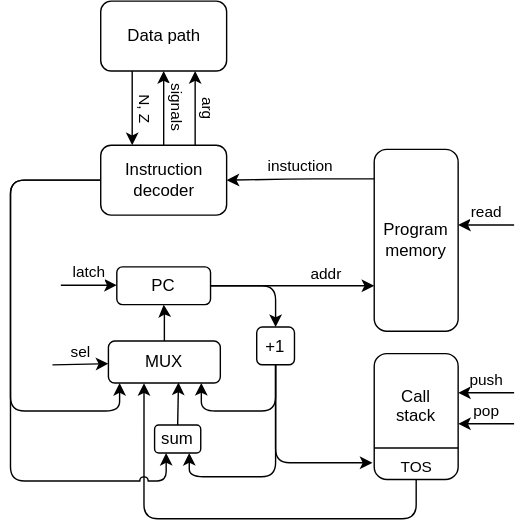
The draw.io diagram img/control_unit.svg in Kliodt/csa_lab, before a commit. Source tidied: cells renumbered, new cells last; positions are measured from the earlier drawing's top-left corner, leaving out a move shared by most shapes.
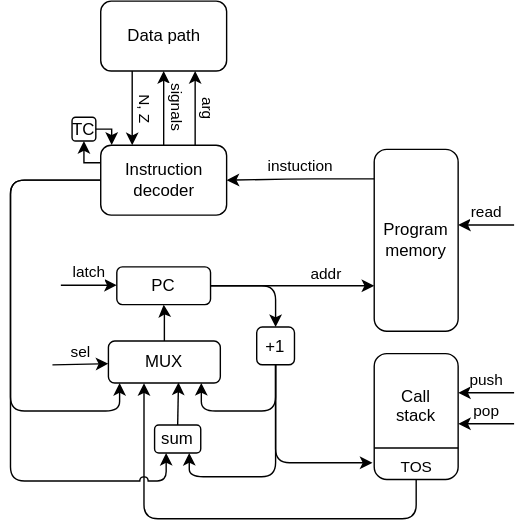
The same diagram one commit later.

What changed in the source:
```diff
@@ -78,6 +78,9 @@
         </Array>
       </mxGeometry>
     </mxCell>
+    <mxCell id="30" style="edgeStyle=orthogonalEdgeStyle;rounded=0;jettySize=auto;html=1;exitX=0;exitY=0.25;exitDx=0;exitDy=0;entryX=0.5;entryY=1;entryDx=0;entryDy=0;" parent="1" edge="1" source="21" target="31">
+      <mxGeometry relative="1" as="geometry" />
+    </mxCell>
     <mxCell id="21" value="Instruction&lt;div&gt;decoder&lt;/div&gt;" style="rounded=1;whiteSpace=wrap;html=1;" parent="1" vertex="1">
       <mxGeometry x="64.5" y="103" width="90" height="50" as="geometry" />
     </mxCell>
@@ -127,5 +130,11 @@
         <mxPoint x="70" y="259.2" as="targetPoint" />
       </mxGeometry>
     </mxCell>
+    <mxCell id="31" value="TC" style="rounded=1;whiteSpace=wrap;html=1;" parent="1" vertex="1">
+      <mxGeometry x="44" y="83" width="17" height="17" as="geometry" />
+    </mxCell>
+    <mxCell id="32" style="edgeStyle=orthogonalEdgeStyle;rounded=0;jettySize=auto;html=1;exitX=1;exitY=0.5;exitDx=0;exitDy=0;entryX=0.087;entryY=-0.004;entryDx=0;entryDy=0;entryPerimeter=0;" parent="1" edge="1" source="31" target="21">
+      <mxGeometry relative="1" as="geometry" />
+    </mxCell>
   </root>
 </mxGraphModel>
```
